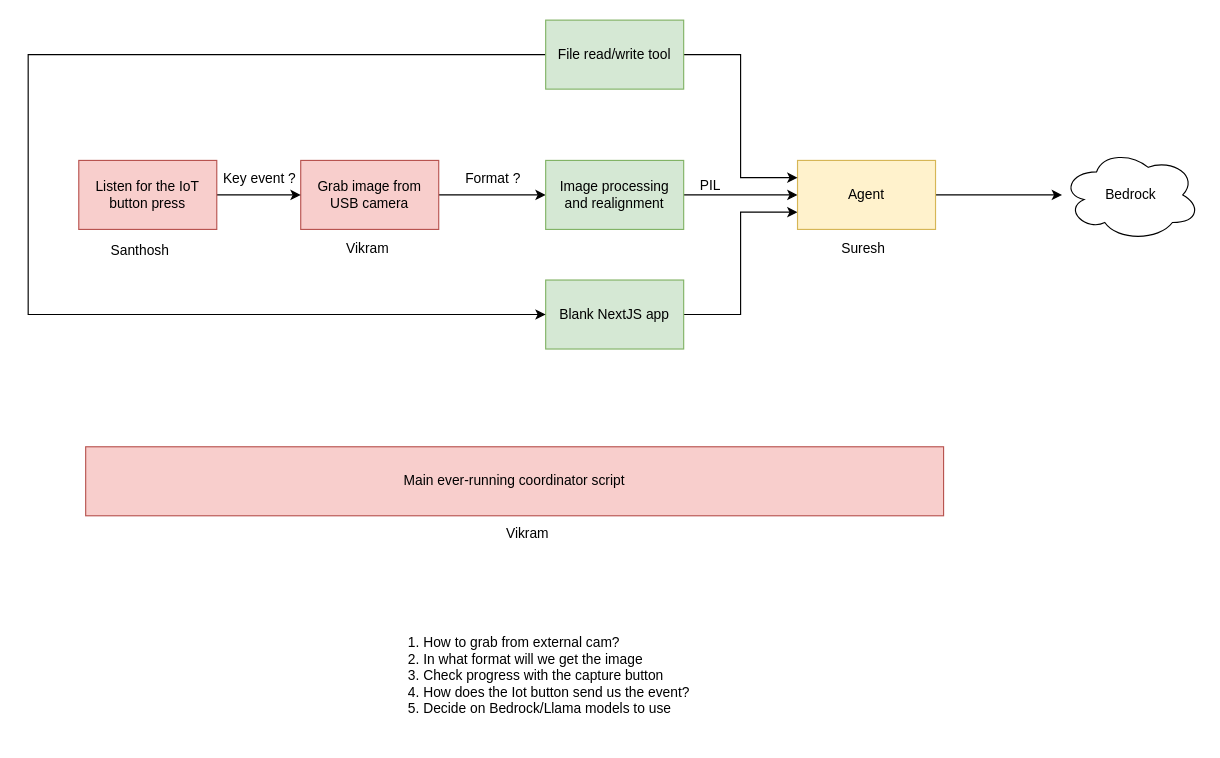
Above: components-progress-owners.drawio in aws-samples/draw-an-app (draw.io), before the change. Source tidied: cells renumbered, new cells numbered last; positions are measured from the earlier drawing's top-left corner, leaving out a move shared by most shapes. Both pictures are drawn from the tidied source at 115%, with x=0, y=0 at pixel (28, 20).
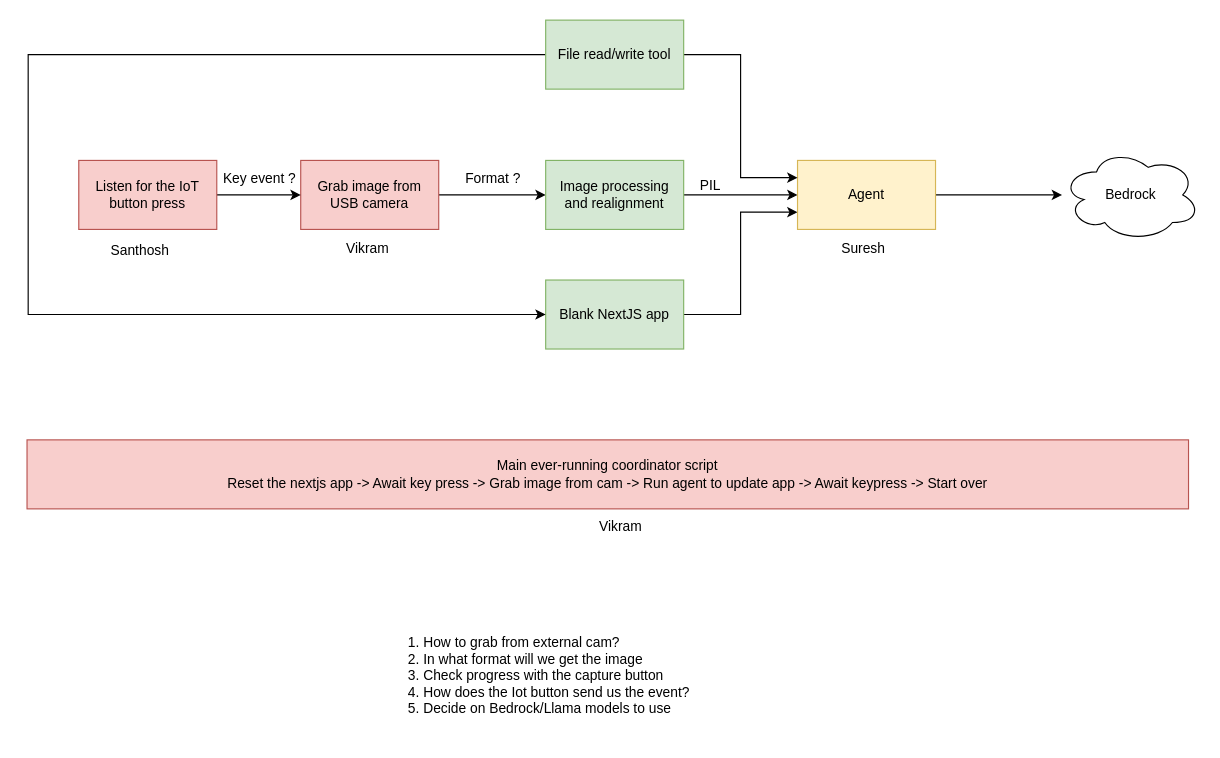
The same diagram, later.

Commit message:
Updated coordinator script details

The edit, as a diff of the source:
```diff
@@
-    <mxCell id="20" value="Main ever-running coordinator script" style="rounded=0;whiteSpace=wrap;html=1;fillColor=#f8cecc;strokeColor=#b85450;" parent="1" vertex="1">
-      <mxGeometry x="50" y="371" width="746" height="60" as="geometry" />
+    <mxCell id="20" value="Main ever-running coordinator script&lt;br&gt;Reset the nextjs app -&amp;gt; Await key press -&amp;gt; Grab image from cam -&amp;gt; Run agent to update app -&amp;gt; Await keypress -&amp;gt;&amp;nbsp;Start over" style="rounded=0;whiteSpace=wrap;html=1;fillColor=#f8cecc;strokeColor=#b85450;" parent="1" vertex="1">
+      <mxGeometry x="-1" y="365" width="1010" height="60" as="geometry" />
     </mxCell>
@@
     <mxCell id="23" value="Vikram" style="text;html=1;align=center;verticalAlign=middle;strokeColor=none;fillColor=none;" parent="1" vertex="1">
-      <mxGeometry x="406" y="434" width="55" height="26" as="geometry" />
+      <mxGeometry x="487" y="428" width="55" height="26" as="geometry" />
     </mxCell>
```
